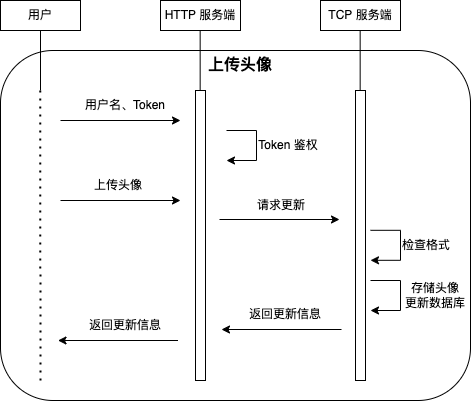
This is 文档材料/上传头像.drawio.png from DingYuan0118/et_task, a draw.io export, as it was before one commit. Source tidied: cells renumbered, new cells last; positions are measured from the earlier drawing's top-left corner, leaving out a move shared by most shapes. Its diagram source:
```xml
<mxGraphModel>
  <root>
    <mxCell id="0" />
    <mxCell id="1" parent="0" />
    <mxCell id="2" style="rounded=1;whiteSpace=wrap;html=1;" parent="1" vertex="1">
      <mxGeometry y="50" width="470" height="350" as="geometry" />
    </mxCell>
    <mxCell id="3" style="edgeStyle=elbowEdgeStyle;elbow=horizontal;endArrow=classic;html=1;rounded=0;strokeWidth=1;" parent="1" edge="1">
      <mxGeometry relative="1" as="geometry">
        <mxPoint x="370" y="280" as="sourcePoint" />
        <mxPoint x="370" y="310" as="targetPoint" />
        <Array as="points">
          <mxPoint x="400" y="300" />
        </Array>
      </mxGeometry>
    </mxCell>
    <mxCell id="4" value="存储头像&lt;br&gt;更新数据库" style="text;html=1;strokeColor=none;fillColor=none;align=center;verticalAlign=middle;whiteSpace=wrap;rounded=0;" parent="1" vertex="1">
      <mxGeometry x="400" y="280" width="70" height="30" as="geometry" />
    </mxCell>
    <mxCell id="5" style="endArrow=classic;html=1;rounded=0;strokeWidth=1;" parent="1" edge="1">
      <mxGeometry relative="1" as="geometry">
        <mxPoint x="219" y="219" as="sourcePoint" />
        <mxPoint x="339" y="219" as="targetPoint" />
      </mxGeometry>
    </mxCell>
    <mxCell id="6" value="请求更新" style="text;html=1;strokeColor=none;fillColor=none;align=center;verticalAlign=middle;whiteSpace=wrap;rounded=0;dashed=1;" parent="1" vertex="1">
      <mxGeometry x="251" y="190" width="60" height="30" as="geometry" />
    </mxCell>
    <mxCell id="7" style="edgeStyle=elbowEdgeStyle;elbow=horizontal;endArrow=classic;html=1;rounded=0;strokeWidth=1;" parent="1" edge="1">
      <mxGeometry relative="1" as="geometry">
        <mxPoint x="370" y="229.8" as="sourcePoint" />
        <mxPoint x="370" y="259.8" as="targetPoint" />
        <Array as="points">
          <mxPoint x="400" y="249.8" />
        </Array>
      </mxGeometry>
    </mxCell>
    <mxCell id="8" value="检查格式" style="text;html=1;strokeColor=none;fillColor=none;align=center;verticalAlign=middle;whiteSpace=wrap;rounded=0;" parent="1" vertex="1">
      <mxGeometry x="396" y="229.8" width="60" height="30" as="geometry" />
    </mxCell>
    <mxCell id="9" style="endArrow=classic;html=1;rounded=0;strokeWidth=1;" parent="1" edge="1">
      <mxGeometry relative="1" as="geometry">
        <mxPoint x="341" y="329" as="sourcePoint" />
        <mxPoint x="221" y="329" as="targetPoint" />
      </mxGeometry>
    </mxCell>
    <mxCell id="10" value="返回更新信息" style="text;html=1;strokeColor=none;fillColor=none;align=center;verticalAlign=middle;whiteSpace=wrap;rounded=0;dashed=1;" parent="1" vertex="1">
      <mxGeometry x="245" y="299" width="80" height="30" as="geometry" />
    </mxCell>
    <mxCell id="11" style="endArrow=classic;html=1;rounded=0;strokeWidth=1;" parent="1" edge="1">
      <mxGeometry relative="1" as="geometry">
        <mxPoint x="177.5" y="340" as="sourcePoint" />
        <mxPoint x="57.5" y="340" as="targetPoint" />
      </mxGeometry>
    </mxCell>
    <mxCell id="12" value="返回更新信息" style="text;html=1;strokeColor=none;fillColor=none;align=center;verticalAlign=middle;whiteSpace=wrap;rounded=0;dashed=1;" parent="1" vertex="1">
      <mxGeometry x="85" y="310" width="80" height="30" as="geometry" />
    </mxCell>
    <mxCell id="13" style="endArrow=classic;html=1;rounded=0;strokeWidth=1;" parent="1" edge="1">
      <mxGeometry relative="1" as="geometry">
        <mxPoint x="60" y="120" as="sourcePoint" />
        <mxPoint x="180" y="120" as="targetPoint" />
      </mxGeometry>
    </mxCell>
    <mxCell id="14" value="用户名、Token" style="text;html=1;strokeColor=none;fillColor=none;align=center;verticalAlign=middle;whiteSpace=wrap;rounded=0;" parent="1" vertex="1">
      <mxGeometry x="80" y="90" width="90" height="30" as="geometry" />
    </mxCell>
    <mxCell id="15" style="edgeStyle=elbowEdgeStyle;elbow=horizontal;endArrow=classic;html=1;rounded=0;strokeWidth=1;" parent="1" edge="1">
      <mxGeometry relative="1" as="geometry">
        <mxPoint x="226" y="130" as="sourcePoint" />
        <mxPoint x="226" y="160" as="targetPoint" />
        <Array as="points">
          <mxPoint x="256" y="150" />
        </Array>
      </mxGeometry>
    </mxCell>
    <mxCell id="16" value="Token 鉴权" style="text;html=1;strokeColor=none;fillColor=none;align=center;verticalAlign=middle;whiteSpace=wrap;rounded=0;" parent="1" vertex="1">
      <mxGeometry x="256" y="130" width="64" height="30" as="geometry" />
    </mxCell>
    <mxCell id="17" style="rounded=0;whiteSpace=wrap;html=1;" parent="1" vertex="1">
      <mxGeometry x="195" y="90" width="10" height="290" as="geometry" />
    </mxCell>
    <mxCell id="18" style="rounded=0;whiteSpace=wrap;html=1;" parent="1" vertex="1">
      <mxGeometry x="355" y="90" width="10" height="290" as="geometry" />
    </mxCell>
    <mxCell id="19" style="endArrow=none;dashed=1;html=1;dashPattern=1 3;strokeWidth=2;rounded=0;" parent="1" edge="1">
      <mxGeometry relative="1" as="geometry">
        <mxPoint x="40" y="380" as="sourcePoint" />
        <mxPoint x="39.7" y="90" as="targetPoint" />
      </mxGeometry>
    </mxCell>
    <mxCell id="20" value="&lt;font style=&quot;font-size: 16px;&quot;&gt;&lt;b&gt;上传头像&lt;/b&gt;&lt;/font&gt;" style="text;html=1;strokeColor=none;fillColor=none;align=center;verticalAlign=middle;whiteSpace=wrap;rounded=0;" parent="1" vertex="1">
      <mxGeometry x="115" y="50" width="250" height="30" as="geometry" />
    </mxCell>
    <mxCell id="21" value="用户" style="rounded=0;whiteSpace=wrap;html=1;" parent="1" vertex="1">
      <mxGeometry width="80" height="30" as="geometry" />
    </mxCell>
    <mxCell id="22" value="HTTP 服务端" style="rounded=0;whiteSpace=wrap;html=1;" parent="1" vertex="1">
      <mxGeometry x="160" width="80" height="30" as="geometry" />
    </mxCell>
    <mxCell id="23" value="TCP 服务端" style="rounded=0;whiteSpace=wrap;html=1;" parent="1" vertex="1">
      <mxGeometry x="320" width="80" height="30" as="geometry" />
    </mxCell>
    <mxCell id="24" style="endArrow=none;html=1;rounded=0;fontSize=12;entryX=0.5;entryY=1;entryDx=0;entryDy=0;" parent="1" edge="1" target="21">
      <mxGeometry relative="1" as="geometry">
        <mxPoint x="40" y="90" as="sourcePoint" />
      </mxGeometry>
    </mxCell>
    <mxCell id="25" style="endArrow=none;html=1;rounded=0;fontSize=12;entryX=0.5;entryY=1;entryDx=0;entryDy=0;" parent="1" edge="1">
      <mxGeometry relative="1" as="geometry">
        <mxPoint x="199.7" y="90" as="sourcePoint" />
        <mxPoint x="199.7" y="30" as="targetPoint" />
      </mxGeometry>
    </mxCell>
    <mxCell id="26" style="endArrow=none;html=1;rounded=0;fontSize=12;entryX=0.5;entryY=1;entryDx=0;entryDy=0;" parent="1" edge="1">
      <mxGeometry relative="1" as="geometry">
        <mxPoint x="359.7" y="90" as="sourcePoint" />
        <mxPoint x="359.7" y="30" as="targetPoint" />
      </mxGeometry>
    </mxCell>
    <mxCell id="27" style="endArrow=classic;html=1;rounded=0;" parent="1" edge="1">
      <mxGeometry relative="1" as="geometry">
        <mxPoint x="60" y="200" as="sourcePoint" />
        <mxPoint x="180" y="200" as="targetPoint" />
      </mxGeometry>
    </mxCell>
    <mxCell id="28" value="上传头像" style="text;html=1;strokeColor=none;fillColor=none;align=center;verticalAlign=middle;whiteSpace=wrap;rounded=0;dashed=1;" parent="1" vertex="1">
      <mxGeometry x="87.5" y="170" width="60" height="30" as="geometry" />
    </mxCell>
  </root>
</mxGraphModel>
```
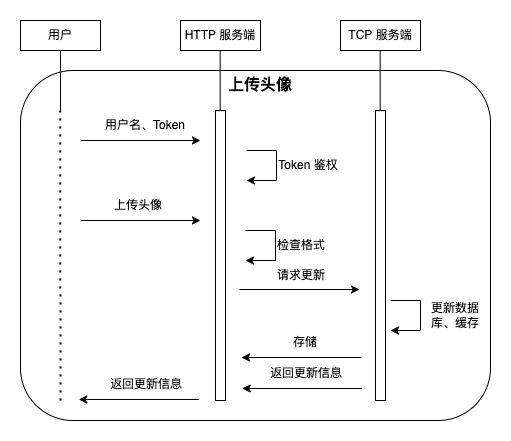
Later version of the same file.

What changed in the source:
```diff
@@ -14,47 +14,47 @@
         </Array>
       </mxGeometry>
     </mxCell>
-    <mxCell id="4" value="存储头像&lt;br&gt;更新数据库" style="text;html=1;strokeColor=none;fillColor=none;align=center;verticalAlign=middle;whiteSpace=wrap;rounded=0;" parent="1" vertex="1">
+    <mxCell id="4" value="更新数据库、缓存" style="text;html=1;strokeColor=none;fillColor=none;align=center;verticalAlign=middle;whiteSpace=wrap;rounded=0;" parent="1" vertex="1">
       <mxGeometry x="400" y="280" width="70" height="30" as="geometry" />
     </mxCell>
     <mxCell id="5" style="endArrow=classic;html=1;rounded=0;strokeWidth=1;" parent="1" edge="1">
       <mxGeometry relative="1" as="geometry">
-        <mxPoint x="219" y="219" as="sourcePoint" />
-        <mxPoint x="339" y="219" as="targetPoint" />
+        <mxPoint x="219" y="269" as="sourcePoint" />
+        <mxPoint x="339" y="269" as="targetPoint" />
       </mxGeometry>
     </mxCell>
     <mxCell id="6" value="请求更新" style="text;html=1;strokeColor=none;fillColor=none;align=center;verticalAlign=middle;whiteSpace=wrap;rounded=0;dashed=1;" parent="1" vertex="1">
-      <mxGeometry x="251" y="190" width="60" height="30" as="geometry" />
+      <mxGeometry x="251" y="240" width="60" height="30" as="geometry" />
     </mxCell>
     <mxCell id="7" style="edgeStyle=elbowEdgeStyle;elbow=horizontal;endArrow=classic;html=1;rounded=0;strokeWidth=1;" parent="1" edge="1">
       <mxGeometry relative="1" as="geometry">
-        <mxPoint x="370" y="229.8" as="sourcePoint" />
-        <mxPoint x="370" y="259.8" as="targetPoint" />
+        <mxPoint x="225" y="210" as="sourcePoint" />
+        <mxPoint x="225" y="240" as="targetPoint" />
         <Array as="points">
-          <mxPoint x="400" y="249.8" />
+          <mxPoint x="255" y="230" />
         </Array>
       </mxGeometry>
     </mxCell>
     <mxCell id="8" value="检查格式" style="text;html=1;strokeColor=none;fillColor=none;align=center;verticalAlign=middle;whiteSpace=wrap;rounded=0;" parent="1" vertex="1">
-      <mxGeometry x="396" y="229.8" width="60" height="30" as="geometry" />
+      <mxGeometry x="251" y="210" width="60" height="30" as="geometry" />
     </mxCell>
     <mxCell id="9" style="endArrow=classic;html=1;rounded=0;strokeWidth=1;" parent="1" edge="1">
       <mxGeometry relative="1" as="geometry">
-        <mxPoint x="341" y="329" as="sourcePoint" />
-        <mxPoint x="221" y="329" as="targetPoint" />
+        <mxPoint x="341.8" y="368" as="sourcePoint" />
+        <mxPoint x="221.8" y="368" as="targetPoint" />
       </mxGeometry>
     </mxCell>
     <mxCell id="10" value="返回更新信息" style="text;html=1;strokeColor=none;fillColor=none;align=center;verticalAlign=middle;whiteSpace=wrap;rounded=0;dashed=1;" parent="1" vertex="1">
-      <mxGeometry x="245" y="299" width="80" height="30" as="geometry" />
+      <mxGeometry x="245.8" y="338" width="80" height="30" as="geometry" />
     </mxCell>
     <mxCell id="11" style="endArrow=classic;html=1;rounded=0;strokeWidth=1;" parent="1" edge="1">
       <mxGeometry relative="1" as="geometry">
-        <mxPoint x="177.5" y="340" as="sourcePoint" />
-        <mxPoint x="57.5" y="340" as="targetPoint" />
+        <mxPoint x="178.2" y="379" as="sourcePoint" />
+        <mxPoint x="58.2" y="379" as="targetPoint" />
       </mxGeometry>
     </mxCell>
     <mxCell id="12" value="返回更新信息" style="text;html=1;strokeColor=none;fillColor=none;align=center;verticalAlign=middle;whiteSpace=wrap;rounded=0;dashed=1;" parent="1" vertex="1">
-      <mxGeometry x="85" y="310" width="80" height="30" as="geometry" />
+      <mxGeometry x="85.8" y="349" width="80" height="30" as="geometry" />
     </mxCell>
     <mxCell id="13" style="endArrow=classic;html=1;rounded=0;strokeWidth=1;" parent="1" edge="1">
       <mxGeometry relative="1" as="geometry">
@@ -127,5 +127,14 @@
     <mxCell id="28" value="上传头像" style="text;html=1;strokeColor=none;fillColor=none;align=center;verticalAlign=middle;whiteSpace=wrap;rounded=0;dashed=1;" parent="1" vertex="1">
       <mxGeometry x="87.5" y="170" width="60" height="30" as="geometry" />
     </mxCell>
+    <mxCell id="29" style="endArrow=classic;html=1;rounded=0;strokeWidth=1;" parent="1" edge="1">
+      <mxGeometry relative="1" as="geometry">
+        <mxPoint x="341" y="337" as="sourcePoint" />
+        <mxPoint x="221" y="337" as="targetPoint" />
+      </mxGeometry>
+    </mxCell>
+    <mxCell id="30" value="存储" style="text;html=1;strokeColor=none;fillColor=none;align=center;verticalAlign=middle;whiteSpace=wrap;rounded=0;dashed=1;" parent="1" vertex="1">
+      <mxGeometry x="245" y="307" width="80" height="30" as="geometry" />
+    </mxCell>
   </root>
 </mxGraphModel>
```
